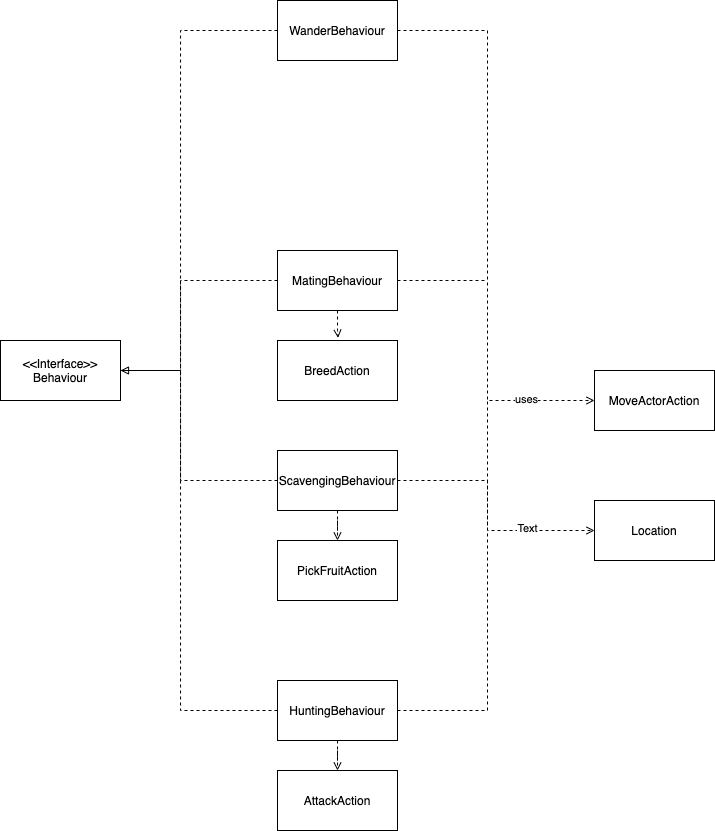
Earlier version of the draw.io export docs/FIT2099_A1_UML_Behaviour.png (Nochl/Jurrasic_Park_Sim). Source tidied: cells renumbered, new cells last; positions are measured from the earlier drawing's top-left corner, leaving out a move shared by most shapes.
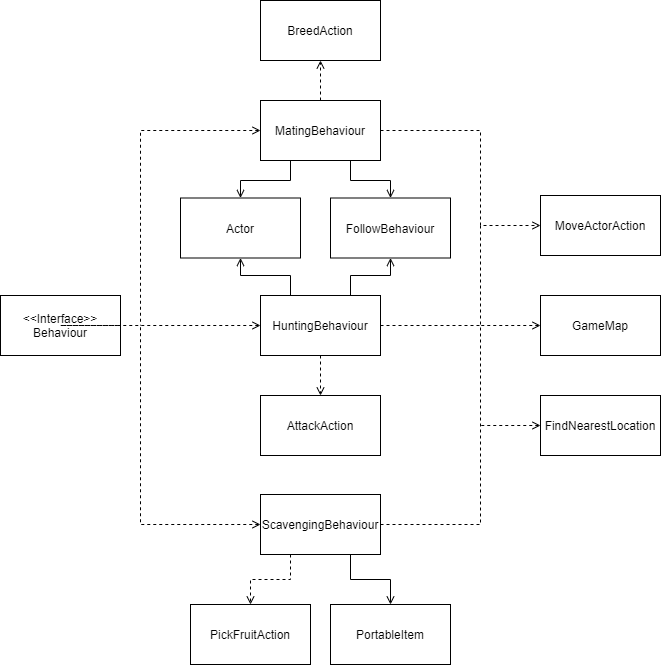
After the commit.

Commit message:
Altered Class Names and appearance of Behaviour UML

What changed in the source:
```diff
@@ -2,108 +2,128 @@
   <root>
     <mxCell id="0" />
     <mxCell id="1" parent="0" />
-    <mxCell id="2" style="edgeStyle=orthogonalEdgeStyle;rounded=0;jettySize=auto;html=1;exitX=0;exitY=0.5;exitDx=0;exitDy=0;entryX=1;entryY=0.5;entryDx=0;entryDy=0;dashed=1;endArrow=block;endFill=0;" parent="1" edge="1" source="5" target="19">
-      <mxGeometry relative="1" as="geometry">
-        <Array as="points">
-          <mxPoint x="180" y="30" />
-          <mxPoint x="180" y="370" />
-        </Array>
-      </mxGeometry>
-    </mxCell>
-    <mxCell id="3" style="edgeStyle=orthogonalEdgeStyle;rounded=0;jettySize=auto;html=1;exitX=1;exitY=0.5;exitDx=0;exitDy=0;dashed=1;endArrow=open;endFill=0;entryX=0;entryY=0.5;entryDx=0;entryDy=0;" parent="1" edge="1" source="5" target="21">
-      <mxGeometry relative="1" as="geometry">
-        <Array as="points">
-          <mxPoint x="487" y="30" />
-          <mxPoint x="487" y="400" />
-        </Array>
-      </mxGeometry>
-    </mxCell>
-    <mxCell id="4" value="uses" style="edgeLabel;html=1;align=center;verticalAlign=middle;" parent="3" vertex="1">
-      <mxGeometry x="0.76" y="1" relative="1" as="geometry" />
-    </mxCell>
-    <mxCell id="5" value="WanderBehaviour" style="whiteSpace=wrap;html=1;" parent="1" vertex="1">
-      <mxGeometry x="277" width="120" height="60" as="geometry" />
-    </mxCell>
-    <mxCell id="6" style="edgeStyle=orthogonalEdgeStyle;rounded=0;jettySize=auto;html=1;exitX=0;exitY=0.5;exitDx=0;exitDy=0;entryX=1;entryY=0.5;entryDx=0;entryDy=0;dashed=1;endArrow=none;endFill=0;" parent="1" edge="1" source="9" target="19">
-      <mxGeometry relative="1" as="geometry">
-        <Array as="points">
-          <mxPoint x="180" y="280" />
-          <mxPoint x="180" y="370" />
-        </Array>
-      </mxGeometry>
-    </mxCell>
-    <mxCell id="7" style="edgeStyle=orthogonalEdgeStyle;rounded=0;jettySize=auto;html=1;entryX=0.505;entryY=-0.044;entryDx=0;entryDy=0;entryPerimeter=0;dashed=1;endArrow=open;endFill=0;" parent="1" edge="1" source="9" target="24">
+    <mxCell id="7" style="edgeStyle=orthogonalEdgeStyle;rounded=0;jettySize=auto;html=1;entryX=0.5;entryY=1;entryDx=0;entryDy=0;dashed=1;endArrow=open;endFill=0;" parent="1" edge="1" source="9" target="24">
       <mxGeometry relative="1" as="geometry" />
     </mxCell>
-    <mxCell id="8" style="edgeStyle=orthogonalEdgeStyle;rounded=0;jettySize=auto;html=1;dashed=1;endArrow=none;endFill=0;" parent="1" edge="1" source="9">
-      <mxGeometry relative="1" as="geometry">
-        <mxPoint x="487" y="280" as="targetPoint" />
-      </mxGeometry>
-    </mxCell>
+    <mxCell id="25" style="edgeStyle=orthogonalEdgeStyle;rounded=0;jettySize=auto;html=1;exitX=0.25;exitY=1;exitDx=0;exitDy=0;entryX=0.5;entryY=0;entryDx=0;entryDy=0;startArrow=none;startFill=0;endArrow=open;endFill=0;" parent="1" edge="1" source="9" target="31">
+      <mxGeometry relative="1" as="geometry">
+        <Array as="points">
+          <mxPoint x="307" y="415" />
+          <mxPoint x="257" y="415" />
+        </Array>
+      </mxGeometry>
+    </mxCell>
+    <mxCell id="26" style="edgeStyle=orthogonalEdgeStyle;rounded=0;jettySize=auto;html=1;exitX=0.75;exitY=1;exitDx=0;exitDy=0;startArrow=none;startFill=0;endArrow=open;endFill=0;" parent="1" edge="1" source="9" target="42">
+      <mxGeometry relative="1" as="geometry" />
+    </mxCell>
     <mxCell id="9" value="MatingBehaviour" style="whiteSpace=wrap;html=1;" parent="1" vertex="1">
-      <mxGeometry x="277" y="250" width="120" height="60" as="geometry" />
+      <mxGeometry x="277" y="335" width="120" height="60" as="geometry" />
     </mxCell>
-    <mxCell id="10" style="edgeStyle=orthogonalEdgeStyle;rounded=0;jettySize=auto;html=1;exitX=0;exitY=0.5;exitDx=0;exitDy=0;entryX=1;entryY=0.5;entryDx=0;entryDy=0;dashed=1;endArrow=none;endFill=0;" parent="1" edge="1" source="13" target="19">
-      <mxGeometry relative="1" as="geometry">
-        <Array as="points">
-          <mxPoint x="180" y="710" />
-          <mxPoint x="180" y="370" />
-        </Array>
-      </mxGeometry>
-    </mxCell>
     <mxCell id="11" style="edgeStyle=orthogonalEdgeStyle;rounded=0;jettySize=auto;html=1;dashed=1;endArrow=open;endFill=0;" parent="1" edge="1" source="13" target="20">
       <mxGeometry relative="1" as="geometry" />
     </mxCell>
-    <mxCell id="12" style="edgeStyle=orthogonalEdgeStyle;rounded=0;jettySize=auto;html=1;exitX=1;exitY=0.5;exitDx=0;exitDy=0;dashed=1;endArrow=none;endFill=0;" parent="1" edge="1" source="13">
-      <mxGeometry relative="1" as="geometry">
-        <mxPoint x="487" y="400" as="targetPoint" />
-      </mxGeometry>
-    </mxCell>
+    <mxCell id="27" style="edgeStyle=orthogonalEdgeStyle;rounded=0;jettySize=auto;html=1;exitX=0.25;exitY=0;exitDx=0;exitDy=0;entryX=0.5;entryY=1;entryDx=0;entryDy=0;startArrow=none;startFill=0;endArrow=open;endFill=0;" parent="1" edge="1" source="13" target="31">
+      <mxGeometry relative="1" as="geometry" />
+    </mxCell>
+    <mxCell id="28" style="edgeStyle=orthogonalEdgeStyle;rounded=0;jettySize=auto;html=1;exitX=0.75;exitY=0;exitDx=0;exitDy=0;entryX=0.5;entryY=1;entryDx=0;entryDy=0;startArrow=none;startFill=0;endArrow=open;endFill=0;" parent="1" edge="1" source="13" target="42">
+      <mxGeometry relative="1" as="geometry" />
+    </mxCell>
     <mxCell id="13" value="HuntingBehaviour" style="whiteSpace=wrap;html=1;" parent="1" vertex="1">
-      <mxGeometry x="277" y="680" width="120" height="60" as="geometry" />
+      <mxGeometry x="277" y="530" width="120" height="60" as="geometry" />
     </mxCell>
-    <mxCell id="14" style="edgeStyle=orthogonalEdgeStyle;rounded=0;jettySize=auto;html=1;exitX=0;exitY=0.5;exitDx=0;exitDy=0;entryX=1;entryY=0.5;entryDx=0;entryDy=0;dashed=1;endArrow=none;endFill=0;" parent="1" edge="1" source="18" target="19">
-      <mxGeometry relative="1" as="geometry">
-        <Array as="points">
-          <mxPoint x="180" y="480" />
-          <mxPoint x="180" y="370" />
-        </Array>
-      </mxGeometry>
-    </mxCell>
-    <mxCell id="15" style="edgeStyle=orthogonalEdgeStyle;rounded=0;jettySize=auto;html=1;entryX=0.5;entryY=0;entryDx=0;entryDy=0;dashed=1;endArrow=open;endFill=0;" parent="1" edge="1" source="18" target="23">
+    <mxCell id="15" style="edgeStyle=orthogonalEdgeStyle;rounded=0;jettySize=auto;html=1;entryX=0.5;entryY=0;entryDx=0;entryDy=0;dashed=1;endArrow=open;endFill=0;exitX=0.25;exitY=1;exitDx=0;exitDy=0;" parent="1" edge="1" source="18" target="23">
       <mxGeometry relative="1" as="geometry" />
     </mxCell>
-    <mxCell id="16" style="edgeStyle=orthogonalEdgeStyle;rounded=0;jettySize=auto;html=1;exitX=1;exitY=0.5;exitDx=0;exitDy=0;dashed=1;endArrow=open;endFill=0;entryX=0;entryY=0.5;entryDx=0;entryDy=0;" parent="1" edge="1" source="18" target="22">
-      <mxGeometry relative="1" as="geometry">
-        <Array as="points">
-          <mxPoint x="487" y="480" />
-          <mxPoint x="487" y="530" />
-        </Array>
-      </mxGeometry>
-    </mxCell>
-    <mxCell id="17" value="Text" style="edgeLabel;html=1;align=center;verticalAlign=middle;" parent="16" vertex="1">
-      <mxGeometry x="0.46" y="2" relative="1" as="geometry" />
-    </mxCell>
+    <mxCell id="29" style="edgeStyle=orthogonalEdgeStyle;rounded=0;jettySize=auto;html=1;exitX=0.75;exitY=1;exitDx=0;exitDy=0;entryX=0.5;entryY=0;entryDx=0;entryDy=0;startArrow=none;startFill=0;endArrow=open;endFill=0;" parent="1" edge="1" source="18" target="30">
+      <mxGeometry relative="1" as="geometry" />
+    </mxCell>
     <mxCell id="18" value="ScavengingBehaviour" style="whiteSpace=wrap;html=1;" parent="1" vertex="1">
-      <mxGeometry x="277" y="450" width="120" height="60" as="geometry" />
+      <mxGeometry x="277" y="729" width="120" height="60" as="geometry" />
     </mxCell>
     <mxCell id="19" value="&amp;lt;&amp;lt;Interface&amp;gt;&amp;gt;&lt;br&gt;Behaviour" style="whiteSpace=wrap;html=1;" parent="1" vertex="1">
-      <mxGeometry y="340" width="120" height="60" as="geometry" />
+      <mxGeometry x="17" y="530" width="120" height="60" as="geometry" />
     </mxCell>
     <mxCell id="20" value="AttackAction" style="whiteSpace=wrap;html=1;" parent="1" vertex="1">
-      <mxGeometry x="277" y="770" width="120" height="60" as="geometry" />
+      <mxGeometry x="277" y="630" width="120" height="60" as="geometry" />
     </mxCell>
     <mxCell id="21" value="MoveActorAction" style="whiteSpace=wrap;html=1;" parent="1" vertex="1">
-      <mxGeometry x="594" y="370" width="120" height="60" as="geometry" />
+      <mxGeometry x="557" y="430" width="120" height="60" as="geometry" />
     </mxCell>
-    <mxCell id="22" value="Location" style="whiteSpace=wrap;html=1;" parent="1" vertex="1">
-      <mxGeometry x="594" y="500" width="120" height="60" as="geometry" />
+    <mxCell id="22" value="GameMap" style="whiteSpace=wrap;html=1;" parent="1" vertex="1">
+      <mxGeometry x="557" y="530" width="120" height="60" as="geometry" />
     </mxCell>
     <mxCell id="23" value="PickFruitAction" style="whiteSpace=wrap;html=1;" parent="1" vertex="1">
-      <mxGeometry x="277" y="540" width="120" height="60" as="geometry" />
+      <mxGeometry x="207" y="839" width="120" height="60" as="geometry" />
     </mxCell>
     <mxCell id="24" value="BreedAction" style="whiteSpace=wrap;html=1;" parent="1" vertex="1">
-      <mxGeometry x="277" y="340" width="120" height="60" as="geometry" />
+      <mxGeometry x="277" y="235" width="120" height="60" as="geometry" />
     </mxCell>
+    <mxCell id="30" value="PortableItem" style="whiteSpace=wrap;html=1;" parent="1" vertex="1">
+      <mxGeometry x="347" y="839" width="120" height="60" as="geometry" />
+    </mxCell>
+    <mxCell id="31" value="Actor" style="whiteSpace=wrap;html=1;" parent="1" vertex="1">
+      <mxGeometry x="197" y="432.5" width="120" height="60" as="geometry" />
+    </mxCell>
+    <mxCell id="32" value="FindNearestLocation" style="whiteSpace=wrap;html=1;" parent="1" vertex="1">
+      <mxGeometry x="557" y="630" width="120" height="60" as="geometry" />
+    </mxCell>
+    <mxCell id="33" style="group;" parent="1" vertex="1">
+      <mxGeometry x="497" y="365" width="20" height="295" as="geometry" />
+    </mxCell>
+    <mxCell id="34" style="edgeStyle=orthogonalEdgeStyle;rounded=0;jettySize=auto;html=1;exitX=1;exitY=0.5;exitDx=0;exitDy=0;entryX=0;entryY=0.5;entryDx=0;entryDy=0;dashed=1;startArrow=none;startFill=0;endArrow=open;endFill=0;" parent="33" edge="1" source="9" target="21">
+      <mxGeometry relative="1" as="geometry">
+        <Array as="points">
+          <mxPoint />
+          <mxPoint y="95" />
+        </Array>
+      </mxGeometry>
+    </mxCell>
+    <mxCell id="35" style="edgeStyle=orthogonalEdgeStyle;rounded=0;jettySize=auto;html=1;exitX=1;exitY=0.5;exitDx=0;exitDy=0;dashed=1;startArrow=none;startFill=0;endArrow=none;endFill=0;" parent="33" edge="1" source="13">
+      <mxGeometry relative="1" as="geometry">
+        <mxPoint y="195" as="targetPoint" />
+      </mxGeometry>
+    </mxCell>
+    <mxCell id="36" style="edgeStyle=orthogonalEdgeStyle;rounded=0;jettySize=auto;html=1;exitX=1;exitY=0.5;exitDx=0;exitDy=0;dashed=1;startArrow=none;startFill=0;endArrow=none;endFill=0;" parent="33" edge="1" source="18">
+      <mxGeometry relative="1" as="geometry">
+        <mxPoint y="95" as="targetPoint" />
+      </mxGeometry>
+    </mxCell>
+    <mxCell id="37" style="edgeStyle=orthogonalEdgeStyle;rounded=0;jettySize=auto;html=1;exitX=0;exitY=0.5;exitDx=0;exitDy=0;dashed=1;startArrow=open;startFill=0;endArrow=none;endFill=0;" parent="33" edge="1" source="22">
+      <mxGeometry relative="1" as="geometry">
+        <mxPoint y="195" as="targetPoint" />
+      </mxGeometry>
+    </mxCell>
+    <mxCell id="38" style="edgeStyle=orthogonalEdgeStyle;rounded=0;jettySize=auto;html=1;dashed=1;startArrow=open;startFill=0;endArrow=none;endFill=0;" parent="33" edge="1" source="32">
+      <mxGeometry relative="1" as="geometry">
+        <mxPoint y="295" as="targetPoint" />
+        <Array as="points">
+          <mxPoint y="295" />
+        </Array>
+      </mxGeometry>
+    </mxCell>
+    <mxCell id="39" style="group;" parent="1" vertex="1">
+      <mxGeometry x="157" y="365" width="80" height="195" as="geometry" />
+    </mxCell>
+    <mxCell id="40" style="edgeStyle=orthogonalEdgeStyle;rounded=0;jettySize=auto;html=1;exitX=0;exitY=0.5;exitDx=0;exitDy=0;dashed=1;startArrow=open;startFill=0;endArrow=none;endFill=0;" parent="39" edge="1" source="9">
+      <mxGeometry relative="1" as="geometry">
+        <mxPoint y="195" as="targetPoint" />
+      </mxGeometry>
+    </mxCell>
+    <mxCell id="10" style="edgeStyle=orthogonalEdgeStyle;rounded=0;jettySize=auto;html=1;exitX=0;exitY=0.5;exitDx=0;exitDy=0;entryX=1;entryY=0.5;entryDx=0;entryDy=0;dashed=1;endArrow=none;endFill=0;startArrow=open;startFill=0;" parent="39" edge="1" source="13" target="19">
+      <mxGeometry relative="1" as="geometry">
+        <Array as="points">
+          <mxPoint x="-80" y="195" />
+          <mxPoint x="-80" y="195" />
+        </Array>
+      </mxGeometry>
+    </mxCell>
+    <mxCell id="41" style="edgeStyle=orthogonalEdgeStyle;rounded=0;jettySize=auto;html=1;exitX=0;exitY=0.5;exitDx=0;exitDy=0;startArrow=open;startFill=0;endArrow=none;endFill=0;dashed=1;" parent="39" edge="1" source="18">
+      <mxGeometry relative="1" as="geometry">
+        <mxPoint y="195" as="targetPoint" />
+      </mxGeometry>
+    </mxCell>
+    <mxCell id="42" value="FollowBehaviour" style="whiteSpace=wrap;html=1;" parent="1" vertex="1">
+      <mxGeometry x="347" y="432.5" width="120" height="60" as="geometry" />
+    </mxCell>
   </root>
 </mxGraphModel>
```
